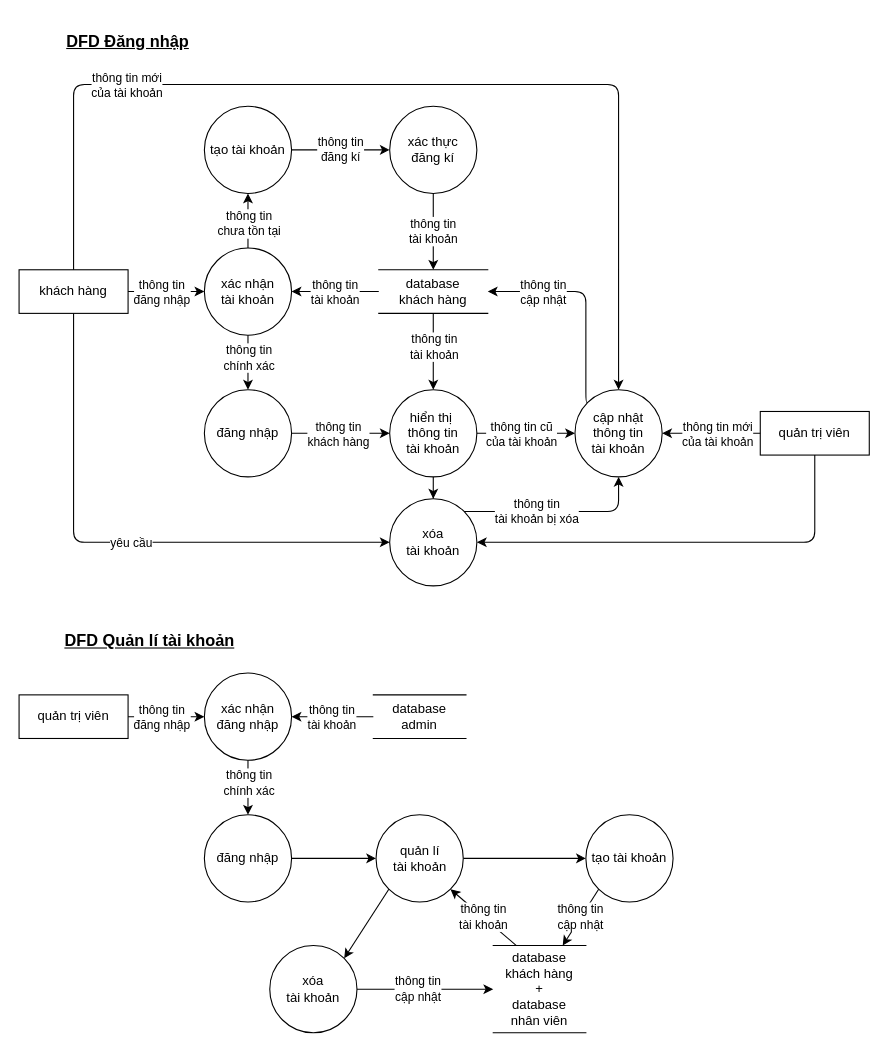
The draw.io diagram Diagrams/quanlitaikhoan/DFD_quanlitaikhoan.drawio in Raynor-legend/Cinema, before the edit. Source tidied: cells renumbered, new cells numbered last; positions are measured from the earlier drawing's top-left corner, leaving out a move shared by most shapes. Both pictures are drawn from the tidied source at 109%, with x=0, y=0 at pixel (19, 19).
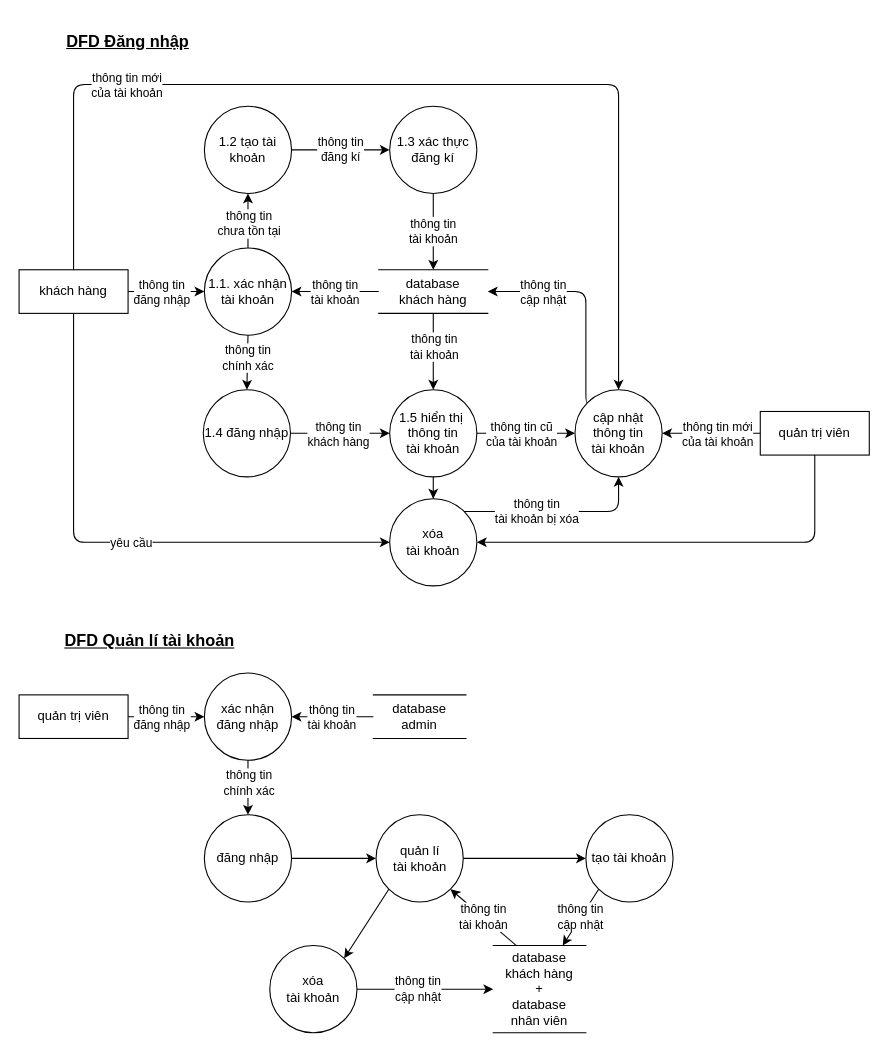
The same page after the edit.

The edit, as a diff of the source:
```diff
@@
-    <mxCell id="2" value="xác nhận&lt;br&gt;tài khoản" style="ellipse;whiteSpace=wrap;html=1;" parent="1" vertex="1">
+    <mxCell id="2" value="1.1. xác nhận&lt;br&gt;tài khoản" style="ellipse;whiteSpace=wrap;html=1;" parent="1" vertex="1">
       <mxGeometry x="170" y="210" width="80" height="80" as="geometry" />
     </mxCell>
@@
-    <mxCell id="4" value="tạo tài khoản" style="ellipse;whiteSpace=wrap;html=1;" parent="1" vertex="1">
+    <mxCell id="4" value="1.2 tạo tài khoản" style="ellipse;whiteSpace=wrap;html=1;" parent="1" vertex="1">
       <mxGeometry x="170" y="80" width="80" height="80" as="geometry" />
     </mxCell>
@@
-    <mxCell id="13" value="đăng nhập" style="ellipse;whiteSpace=wrap;html=1;" parent="1" vertex="1">
-      <mxGeometry x="170" y="340" width="80" height="80" as="geometry" />
+    <mxCell id="13" value="1.4 đăng nhập" style="ellipse;whiteSpace=wrap;html=1;" parent="1" vertex="1">
+      <mxGeometry x="169" y="340" width="80" height="80" as="geometry" />
     </mxCell>
@@
-    <mxCell id="17" value="hiển thị&amp;nbsp;&lt;br&gt;thông tin&lt;br&gt;tài khoản" style="ellipse;whiteSpace=wrap;html=1;" parent="1" vertex="1">
+    <mxCell id="17" value="1.5 hiển thị&amp;nbsp;&lt;br&gt;thông tin&lt;br&gt;tài khoản" style="ellipse;whiteSpace=wrap;html=1;" parent="1" vertex="1">
       <mxGeometry x="340" y="340" width="80" height="80" as="geometry" />
     </mxCell>
@@
-    <mxCell id="32" value="xác thực&lt;br&gt;đăng kí" style="ellipse;whiteSpace=wrap;html=1;" parent="1" vertex="1">
+    <mxCell id="32" value="1.3 xác thực&lt;br&gt;đăng kí" style="ellipse;whiteSpace=wrap;html=1;" parent="1" vertex="1">
       <mxGeometry x="340" y="80" width="80" height="80" as="geometry" />
     </mxCell>
```
